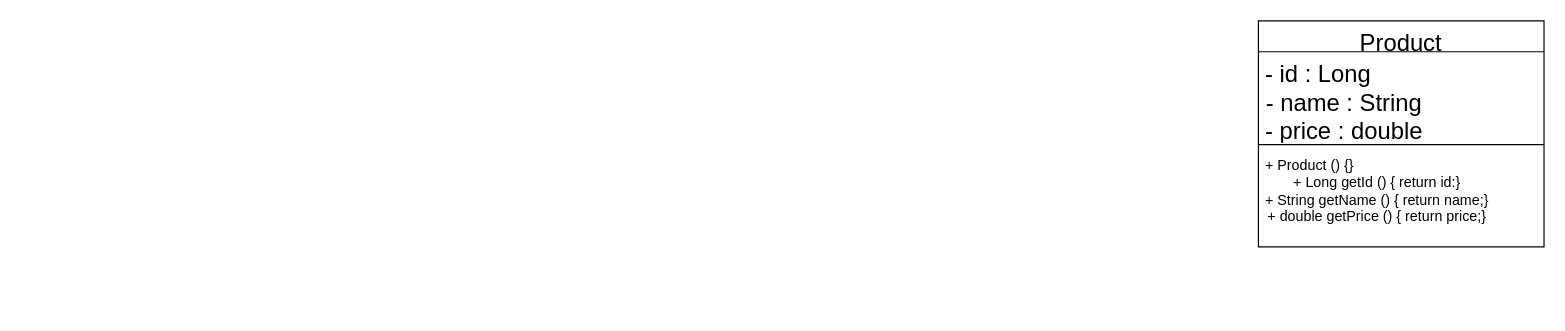
This is page "Page-1" (1 of 2) of docs/uml/Product.drawio from Aadi-64/products-api, a draw.io file, before an edit. Source tidied: cells renumbered, new cells numbered last; positions are measured from the earlier drawing's top-left corner, leaving out a move shared by most shapes. Both pictures are drawn from the tidied source at 119%, with x=0, y=0 at pixel (1258, 20).
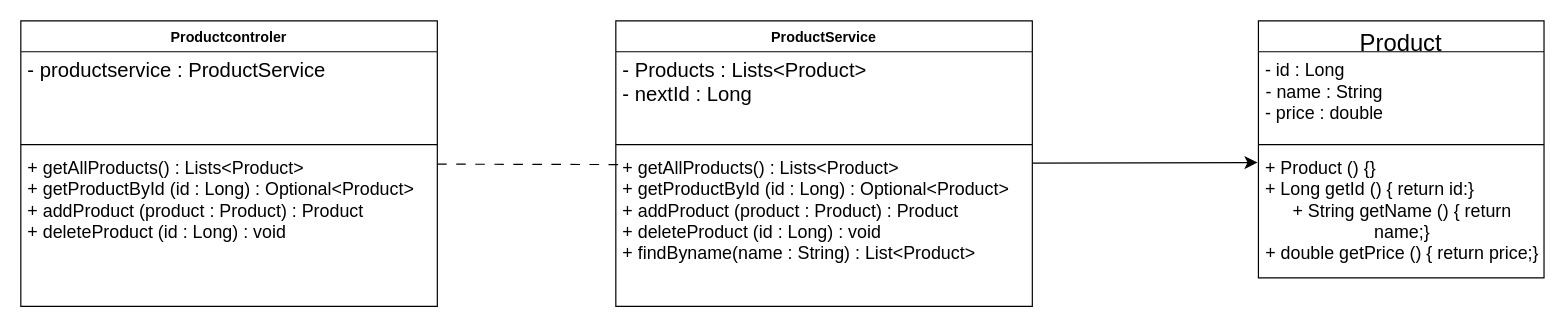
Above is the later version.

The edit, as a diff of the source:
```diff
@@
 <mxGraphModel>
   <root>
     <mxCell id="0" />
     <mxCell id="1" parent="0" />
     <mxCell id="2" value="&lt;span style=&quot;font-size: 20px; font-weight: 400;&quot;&gt;Product&lt;/span&gt;" style="swimlane;fontStyle=1;align=center;verticalAlign=top;horizontal=1;startSize=26;whiteSpace=wrap;html=1;" parent="1" vertex="1">
-      <mxGeometry width="240" height="190" as="geometry" />
+      <mxGeometry width="240" height="216" as="geometry" />
     </mxCell>
-    <mxCell id="3" value="&lt;font style=&quot;text-align: center; font-size: 20px;&quot;&gt;- id : Long&lt;/font&gt;&lt;div style=&quot;text-align: center;&quot;&gt;&lt;font style=&quot;font-size: 20px;&quot;&gt;- name : String&lt;/font&gt;&lt;/div&gt;&lt;div style=&quot;text-align: center;&quot;&gt;&lt;font style=&quot;font-size: 20px;&quot;&gt;- price : double&lt;/font&gt;&lt;/div&gt;" style="text;strokeColor=none;fillColor=none;align=left;verticalAlign=top;spacingLeft=4;spacingRight=4;overflow=hidden;whiteSpace=wrap;html=1;" parent="2" vertex="1">
+    <mxCell id="3" value="&lt;font style=&quot;text-align: center; font-size: 15px;&quot;&gt;- id : Long&lt;/font&gt;&lt;div style=&quot;text-align: center;&quot;&gt;&lt;font style=&quot;font-size: 15px;&quot;&gt;- name : String&lt;/font&gt;&lt;/div&gt;&lt;div style=&quot;text-align: center;&quot;&gt;&lt;font style=&quot;font-size: 15px;&quot;&gt;- price : double&lt;/font&gt;&lt;/div&gt;" style="text;strokeColor=none;fillColor=none;align=left;verticalAlign=top;spacingLeft=4;spacingRight=4;overflow=hidden;whiteSpace=wrap;html=1;" parent="2" vertex="1">
       <mxGeometry y="26" width="240" height="74" as="geometry" />
     </mxCell>
     <mxCell id="4" style="line;strokeWidth=1;fillColor=none;align=left;verticalAlign=middle;spacingTop=-1;spacingLeft=3;spacingRight=3;labelPosition=right;strokeColor=inherit;" parent="2" vertex="1">
       <mxGeometry y="100" width="240" height="8" as="geometry" />
     </mxCell>
-    <mxCell id="5" value="&lt;span style=&quot;text-align: center;&quot;&gt;+ Product () {}&lt;/span&gt;&lt;div style=&quot;text-align: center;&quot;&gt;+ Long getId () { return id:}&lt;/div&gt;&lt;div style=&quot;text-align: center;&quot;&gt;+ String getName () { return name;}&lt;/div&gt;&lt;div style=&quot;text-align: center;&quot;&gt;+ double getPrice () { return price;}&lt;/div&gt;" style="text;strokeColor=none;fillColor=none;align=left;verticalAlign=top;spacingLeft=4;spacingRight=4;overflow=hidden;points=[[0,0.5],[1,0.5]];portConstraint=eastwest;whiteSpace=wrap;html=1;" parent="2" vertex="1">
-      <mxGeometry y="108" width="240" height="82" as="geometry" />
+    <mxCell id="5" value="&lt;span style=&quot;text-align: center;&quot;&gt;&lt;font style=&quot;font-size: 15px;&quot;&gt;+ Product () {}&lt;/font&gt;&lt;/span&gt;&lt;div&gt;&lt;span style=&quot;text-align: center; background-color: transparent; color: light-dark(rgb(0, 0, 0), rgb(255, 255, 255));&quot;&gt;&lt;font style=&quot;font-size: 15px;&quot;&gt;+ Long getId () { return id:}&lt;/font&gt;&lt;/span&gt;&lt;div style=&quot;text-align: center;&quot;&gt;&lt;font style=&quot;font-size: 15px;&quot;&gt;+ String getName () { return name;}&lt;/font&gt;&lt;/div&gt;&lt;div style=&quot;text-align: center;&quot;&gt;&lt;font style=&quot;font-size: 15px;&quot;&gt;+ double getPrice () { return price;}&lt;/font&gt;&lt;/div&gt;&lt;/div&gt;" style="text;strokeColor=none;fillColor=none;align=left;verticalAlign=top;spacingLeft=4;spacingRight=4;overflow=hidden;points=[[0,0.5],[1,0.5]];portConstraint=eastwest;whiteSpace=wrap;html=1;" parent="2" vertex="1">
+      <mxGeometry y="108" width="240" height="108" as="geometry" />
     </mxCell>
+    <mxCell id="6" value="ProductService" style="swimlane;fontStyle=1;align=center;verticalAlign=top;horizontal=1;startSize=26;whiteSpace=wrap;html=1;" parent="1" vertex="1">
+      <mxGeometry x="-540" width="350" height="240" as="geometry" />
+    </mxCell>
+    <mxCell id="7" value="&lt;font style=&quot;font-size: 17px;&quot;&gt;- Products : Lists&amp;lt;Product&amp;gt;&lt;/font&gt;&lt;div&gt;&lt;font style=&quot;font-size: 17px;&quot;&gt;- nextId : Long&lt;/font&gt;&lt;/div&gt;" style="text;strokeColor=none;fillColor=none;align=left;verticalAlign=top;spacingLeft=4;spacingRight=4;overflow=hidden;whiteSpace=wrap;html=1;" parent="6" vertex="1">
+      <mxGeometry y="26" width="350" height="74" as="geometry" />
+    </mxCell>
+    <mxCell id="8" style="line;strokeWidth=1;fillColor=none;align=left;verticalAlign=middle;spacingTop=-1;spacingLeft=3;spacingRight=3;labelPosition=right;strokeColor=inherit;" parent="6" vertex="1">
+      <mxGeometry y="100" width="350" height="8" as="geometry" />
+    </mxCell>
+    <mxCell id="9" value="&lt;font style=&quot;font-size: 15px;&quot;&gt;+ getAllProducts() : Lists&amp;lt;Product&amp;gt;&lt;/font&gt;&lt;div&gt;&lt;font style=&quot;font-size: 15px;&quot;&gt;+ getProductById (id : Long) : Optional&amp;lt;Product&amp;gt;&lt;/font&gt;&lt;/div&gt;&lt;div&gt;&lt;font style=&quot;font-size: 15px;&quot;&gt;+ addProduct (product : Product) : Product&lt;/font&gt;&lt;/div&gt;&lt;div&gt;&lt;font style=&quot;font-size: 15px;&quot;&gt;+ deleteProduct (id : Long) : void&lt;/font&gt;&lt;/div&gt;&lt;div&gt;&lt;font style=&quot;font-size: 15px;&quot;&gt;+ findByname(name : String) : List&amp;lt;Product&amp;gt;&lt;/font&gt;&lt;/div&gt;" style="text;strokeColor=none;fillColor=none;align=left;verticalAlign=top;spacingLeft=4;spacingRight=4;overflow=hidden;points=[[0,0.5],[1,0.5]];portConstraint=eastwest;whiteSpace=wrap;html=1;" parent="6" vertex="1">
+      <mxGeometry y="108" width="350" height="132" as="geometry" />
+    </mxCell>
+    <mxCell id="10" value="Productcontroler" style="swimlane;fontStyle=1;align=center;verticalAlign=top;horizontal=1;startSize=26;whiteSpace=wrap;html=1;" parent="1" vertex="1">
+      <mxGeometry x="-1040" width="350" height="240" as="geometry" />
+    </mxCell>
+    <mxCell id="11" value="&lt;font style=&quot;font-size: 17px;&quot;&gt;- productservice : ProductService&lt;/font&gt;" style="text;strokeColor=none;fillColor=none;align=left;verticalAlign=top;spacingLeft=4;spacingRight=4;overflow=hidden;whiteSpace=wrap;html=1;" parent="10" vertex="1">
+      <mxGeometry y="26" width="350" height="74" as="geometry" />
+    </mxCell>
+    <mxCell id="12" style="line;strokeWidth=1;fillColor=none;align=left;verticalAlign=middle;spacingTop=-1;spacingLeft=3;spacingRight=3;labelPosition=right;strokeColor=inherit;" parent="10" vertex="1">
+      <mxGeometry y="100" width="350" height="8" as="geometry" />
+    </mxCell>
+    <mxCell id="13" value="&lt;font style=&quot;font-size: 15px;&quot;&gt;+ getAllProducts() : Lists&amp;lt;Product&amp;gt;&lt;/font&gt;&lt;div&gt;&lt;font style=&quot;font-size: 15px;&quot;&gt;+ getProductById (id : Long) : Optional&amp;lt;Product&amp;gt;&lt;/font&gt;&lt;/div&gt;&lt;div&gt;&lt;font style=&quot;font-size: 15px;&quot;&gt;+ addProduct (product : Product) : Product&lt;/font&gt;&lt;/div&gt;&lt;div&gt;&lt;font style=&quot;font-size: 15px;&quot;&gt;+ deleteProduct (id : Long) : void&lt;/font&gt;&lt;/div&gt;" style="text;strokeColor=none;fillColor=none;align=left;verticalAlign=top;spacingLeft=4;spacingRight=4;overflow=hidden;whiteSpace=wrap;html=1;" parent="10" vertex="1">
+      <mxGeometry y="108" width="350" height="132" as="geometry" />
+    </mxCell>
+    <mxCell id="14" style="edgeStyle=none;curved=1;rounded=0;curveGeometry=1;jettySize=auto;html=1;entryX=0.012;entryY=0.097;entryDx=0;entryDy=0;entryPerimeter=0;fontSize=12;startSize=8;endSize=8;dashed=1;dashPattern=8 8;endArrow=none;endFill=0;" parent="1" edge="1" source="10" target="9">
+      <mxGeometry relative="1" as="geometry" />
+    </mxCell>
+    <mxCell id="15" style="edgeStyle=none;curved=1;rounded=0;curveGeometry=1;jettySize=auto;html=1;entryX=-0.003;entryY=0.103;entryDx=0;entryDy=0;entryPerimeter=0;fontSize=12;startSize=8;endSize=8;" parent="1" edge="1" source="6" target="5">
+      <mxGeometry relative="1" as="geometry" />
+    </mxCell>
   </root>
 </mxGraphModel>
```
